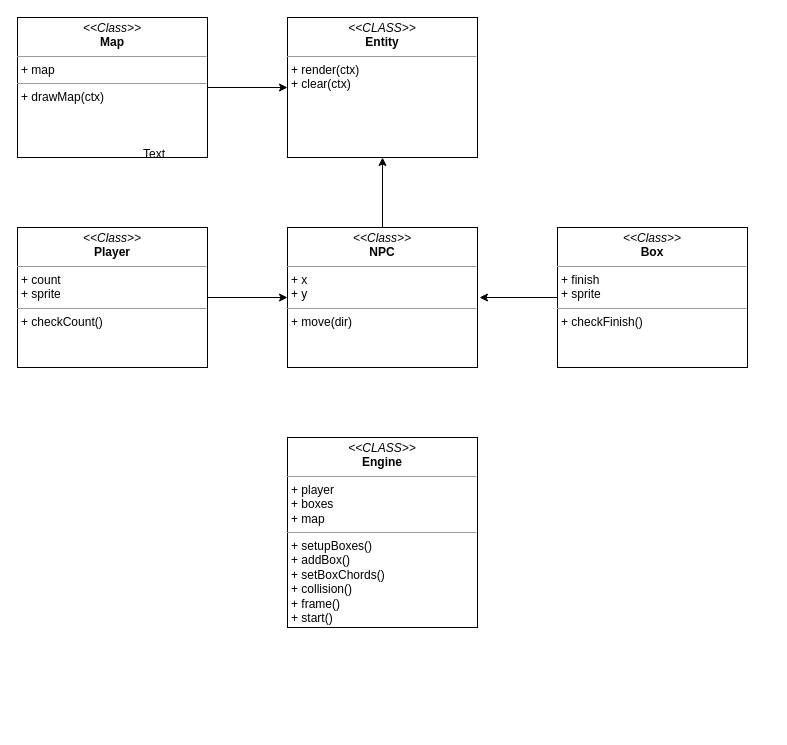
This is Untitled Diagram.drawio from Psiniy-programmer/Sokoban, a draw.io file, before an edit. Source tidied: cells renumbered, new cells numbered last; positions are measured from the earlier drawing's top-left corner, leaving out a move shared by most shapes. Both pictures are drawn from the tidied source at 100%, with x=0, y=0 at pixel (17, 17).
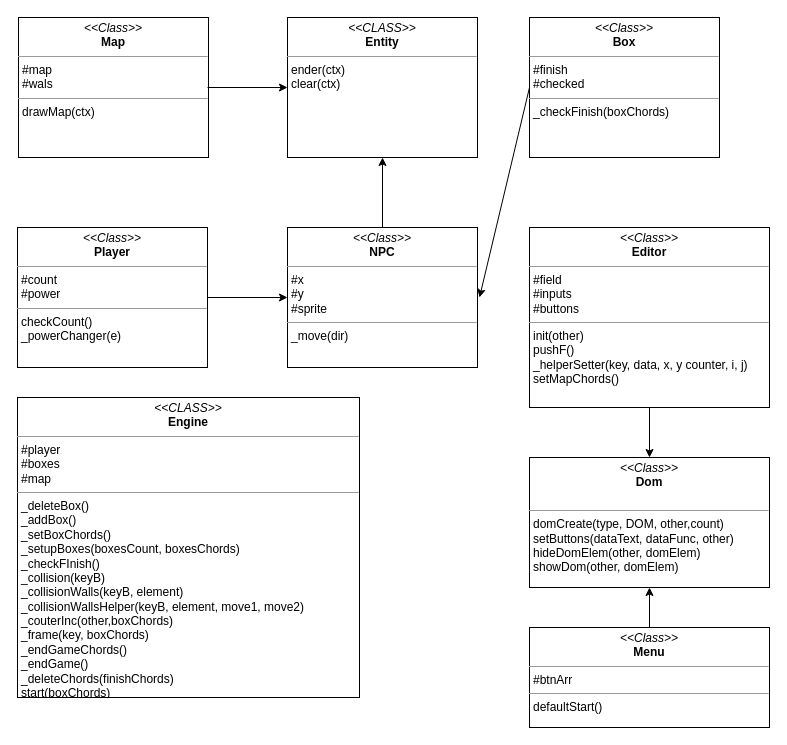
Above is the later version.

Diff of the diagram source:
```diff
@@
 <mxGraphModel>
   <root>
     <mxCell id="0" />
     <mxCell id="1" parent="0" />
-    <mxCell id="2" value="&lt;p style=&quot;margin: 0px ; margin-top: 4px ; text-align: center&quot;&gt;&lt;i&gt;&amp;lt;&amp;lt;CLASS&amp;gt;&amp;gt;&lt;/i&gt;&lt;br&gt;&lt;b&gt;Entity&lt;/b&gt;&lt;/p&gt;&lt;hr size=&quot;1&quot;&gt;&lt;p style=&quot;margin: 0px ; margin-left: 4px&quot;&gt;&lt;span&gt;+ render(ctx)&lt;/span&gt;&lt;br&gt;&lt;/p&gt;&lt;p style=&quot;margin: 0px ; margin-left: 4px&quot;&gt;+ clear(ctx)&lt;/p&gt;" style="verticalAlign=top;align=left;overflow=fill;fontSize=12;fontFamily=Helvetica;html=1;rounded=0;shadow=0;comic=0;labelBackgroundColor=none;strokeWidth=1;" parent="1" vertex="1">
+    <mxCell id="2" value="&lt;p style=&quot;margin: 0px ; margin-top: 4px ; text-align: center&quot;&gt;&lt;i&gt;&amp;lt;&amp;lt;CLASS&amp;gt;&amp;gt;&lt;/i&gt;&lt;br&gt;&lt;b&gt;Entity&lt;/b&gt;&lt;/p&gt;&lt;hr size=&quot;1&quot;&gt;&lt;p style=&quot;margin: 0px ; margin-left: 4px&quot;&gt;&lt;span&gt;ender(ctx)&lt;/span&gt;&lt;br&gt;&lt;/p&gt;&lt;p style=&quot;margin: 0px ; margin-left: 4px&quot;&gt;clear(ctx)&lt;/p&gt;" style="verticalAlign=top;align=left;overflow=fill;fontSize=12;fontFamily=Helvetica;html=1;rounded=0;shadow=0;comic=0;labelBackgroundColor=none;strokeWidth=1;" parent="1" vertex="1">
       <mxGeometry x="270" width="190" height="140" as="geometry" />
     </mxCell>
-    <mxCell id="3" value="&lt;p style=&quot;margin: 0px ; margin-top: 4px ; text-align: center&quot;&gt;&lt;i&gt;&amp;lt;&amp;lt;Class&amp;gt;&amp;gt;&lt;/i&gt;&lt;br&gt;&lt;b&gt;NPC&lt;/b&gt;&lt;/p&gt;&lt;hr size=&quot;1&quot;&gt;&lt;p style=&quot;margin: 0px ; margin-left: 4px&quot;&gt;+ x&lt;br&gt;+ y&lt;/p&gt;&lt;hr size=&quot;1&quot;&gt;&lt;p style=&quot;margin: 0px ; margin-left: 4px&quot;&gt;+ move(dir)&lt;br&gt;&lt;/p&gt;" style="verticalAlign=top;align=left;overflow=fill;fontSize=12;fontFamily=Helvetica;html=1;rounded=0;shadow=0;comic=0;labelBackgroundColor=none;strokeWidth=1;" parent="1" vertex="1">
+    <mxCell id="3" value="&lt;p style=&quot;margin: 0px ; margin-top: 4px ; text-align: center&quot;&gt;&lt;i&gt;&amp;lt;&amp;lt;Class&amp;gt;&amp;gt;&lt;/i&gt;&lt;br&gt;&lt;b&gt;NPC&lt;/b&gt;&lt;/p&gt;&lt;hr size=&quot;1&quot;&gt;&lt;p style=&quot;margin: 0px ; margin-left: 4px&quot;&gt;#x&lt;br&gt;#y&lt;/p&gt;&lt;p style=&quot;margin: 0px ; margin-left: 4px&quot;&gt;#sprite&lt;/p&gt;&lt;hr size=&quot;1&quot;&gt;&lt;p style=&quot;margin: 0px ; margin-left: 4px&quot;&gt;_move(dir)&lt;br&gt;&lt;/p&gt;" style="verticalAlign=top;align=left;overflow=fill;fontSize=12;fontFamily=Helvetica;html=1;rounded=0;shadow=0;comic=0;labelBackgroundColor=none;strokeWidth=1;" parent="1" vertex="1">
       <mxGeometry x="270" y="210" width="190" height="140" as="geometry" />
     </mxCell>
-    <mxCell id="4" value="&lt;p style=&quot;margin: 0px ; margin-top: 4px ; text-align: center&quot;&gt;&lt;i&gt;&amp;lt;&amp;lt;Class&amp;gt;&amp;gt;&lt;/i&gt;&lt;br&gt;&lt;b&gt;Player&lt;/b&gt;&lt;/p&gt;&lt;hr size=&quot;1&quot;&gt;&lt;p style=&quot;margin: 0px ; margin-left: 4px&quot;&gt;+ count&lt;br&gt;+ sprite&lt;/p&gt;&lt;hr size=&quot;1&quot;&gt;&lt;p style=&quot;margin: 0px ; margin-left: 4px&quot;&gt;+ checkCount()&lt;br&gt;&lt;/p&gt;" style="verticalAlign=top;align=left;overflow=fill;fontSize=12;fontFamily=Helvetica;html=1;rounded=0;shadow=0;comic=0;labelBackgroundColor=none;strokeWidth=1;" parent="1" vertex="1">
+    <mxCell id="4" value="&lt;p style=&quot;margin: 0px ; margin-top: 4px ; text-align: center&quot;&gt;&lt;i&gt;&amp;lt;&amp;lt;Class&amp;gt;&amp;gt;&lt;/i&gt;&lt;br&gt;&lt;b&gt;Player&lt;/b&gt;&lt;/p&gt;&lt;hr size=&quot;1&quot;&gt;&lt;p style=&quot;margin: 0px ; margin-left: 4px&quot;&gt;#count&lt;br&gt;#power&lt;/p&gt;&lt;hr size=&quot;1&quot;&gt;&lt;p style=&quot;margin: 0px ; margin-left: 4px&quot;&gt;checkCount()&lt;br&gt;&lt;/p&gt;&lt;p style=&quot;margin: 0px ; margin-left: 4px&quot;&gt;_powerChanger(e)&lt;/p&gt;" style="verticalAlign=top;align=left;overflow=fill;fontSize=12;fontFamily=Helvetica;html=1;rounded=0;shadow=0;comic=0;labelBackgroundColor=none;strokeWidth=1;" parent="1" vertex="1">
       <mxGeometry y="210" width="190" height="140" as="geometry" />
     </mxCell>
-    <mxCell id="5" value="&lt;p style=&quot;margin: 0px ; margin-top: 4px ; text-align: center&quot;&gt;&lt;i&gt;&amp;lt;&amp;lt;Class&amp;gt;&amp;gt;&lt;/i&gt;&lt;br&gt;&lt;b&gt;Map&lt;/b&gt;&lt;/p&gt;&lt;hr size=&quot;1&quot;&gt;&lt;p style=&quot;margin: 0px ; margin-left: 4px&quot;&gt;+ map&lt;br&gt;&lt;/p&gt;&lt;hr size=&quot;1&quot;&gt;&lt;p style=&quot;margin: 0px ; margin-left: 4px&quot;&gt;+ drawMap(ctx)&lt;br&gt;&lt;/p&gt;" style="verticalAlign=top;align=left;overflow=fill;fontSize=12;fontFamily=Helvetica;html=1;rounded=0;shadow=0;comic=0;labelBackgroundColor=none;strokeWidth=1;" parent="1" vertex="1">
-      <mxGeometry width="190" height="140" as="geometry" />
+    <mxCell id="5" value="&lt;p style=&quot;margin: 0px ; margin-top: 4px ; text-align: center&quot;&gt;&lt;i&gt;&amp;lt;&amp;lt;Class&amp;gt;&amp;gt;&lt;/i&gt;&lt;br&gt;&lt;b&gt;Map&lt;/b&gt;&lt;/p&gt;&lt;hr size=&quot;1&quot;&gt;&lt;p style=&quot;margin: 0px ; margin-left: 4px&quot;&gt;#map&lt;br&gt;&lt;/p&gt;&lt;p style=&quot;margin: 0px ; margin-left: 4px&quot;&gt;#wals&lt;/p&gt;&lt;hr size=&quot;1&quot;&gt;&lt;p style=&quot;margin: 0px ; margin-left: 4px&quot;&gt;drawMap(ctx)&lt;br&gt;&lt;/p&gt;" style="verticalAlign=top;align=left;overflow=fill;fontSize=12;fontFamily=Helvetica;html=1;rounded=0;shadow=0;comic=0;labelBackgroundColor=none;strokeWidth=1;" parent="1" vertex="1">
+      <mxGeometry x="1" width="190" height="140" as="geometry" />
     </mxCell>
-    <mxCell id="6" value="&lt;p style=&quot;margin: 0px ; margin-top: 4px ; text-align: center&quot;&gt;&lt;i&gt;&amp;lt;&amp;lt;Class&amp;gt;&amp;gt;&lt;/i&gt;&lt;br&gt;&lt;b&gt;Box&lt;/b&gt;&lt;/p&gt;&lt;hr size=&quot;1&quot;&gt;&lt;p style=&quot;margin: 0px ; margin-left: 4px&quot;&gt;+ finish&lt;br&gt;+ sprite&lt;/p&gt;&lt;hr size=&quot;1&quot;&gt;&lt;p style=&quot;margin: 0px ; margin-left: 4px&quot;&gt;+ checkFinish()&lt;br&gt;&lt;/p&gt;" style="verticalAlign=top;align=left;overflow=fill;fontSize=12;fontFamily=Helvetica;html=1;rounded=0;shadow=0;comic=0;labelBackgroundColor=none;strokeWidth=1;" parent="1" vertex="1">
-      <mxGeometry x="540" y="210" width="190" height="140" as="geometry" />
+    <mxCell id="6" value="&lt;p style=&quot;margin: 0px ; margin-top: 4px ; text-align: center&quot;&gt;&lt;i&gt;&amp;lt;&amp;lt;Class&amp;gt;&amp;gt;&lt;/i&gt;&lt;br&gt;&lt;b&gt;Box&lt;/b&gt;&lt;/p&gt;&lt;hr size=&quot;1&quot;&gt;&lt;p style=&quot;margin: 0px ; margin-left: 4px&quot;&gt;#finish&lt;br&gt;#checked&lt;/p&gt;&lt;hr size=&quot;1&quot;&gt;&lt;p style=&quot;margin: 0px ; margin-left: 4px&quot;&gt;_checkFinish(boxChords)&lt;br&gt;&lt;/p&gt;" style="verticalAlign=top;align=left;overflow=fill;fontSize=12;fontFamily=Helvetica;html=1;rounded=0;shadow=0;comic=0;labelBackgroundColor=none;strokeWidth=1;" parent="1" vertex="1">
+      <mxGeometry x="512" width="190" height="140" as="geometry" />
     </mxCell>
     <mxCell id="7" style="endArrow=classic;html=1;exitX=0;exitY=0.5;exitDx=0;exitDy=0;" parent="1" edge="1" source="6">
       <mxGeometry relative="1" as="geometry">
         <mxPoint x="462" y="280" as="targetPoint" />
         <Array as="points">
           <mxPoint x="462" y="280" />
         </Array>
       </mxGeometry>
     </mxCell>
-    <mxCell id="8" value="Text" style="text;html=1;align=left;verticalAlign=top;spacingTop=-4;" parent="1" vertex="1">
-      <mxGeometry x="124" y="127" width="40" height="20" as="geometry" />
-    </mxCell>
     <mxCell id="9" style="endArrow=classic;html=1;" parent="1" edge="1" target="2">
       <mxGeometry relative="1" as="geometry">
         <mxPoint x="190" y="70" as="sourcePoint" />
       </mxGeometry>
     </mxCell>
     <mxCell id="10" style="endArrow=classic;html=1;exitX=0.5;exitY=0;exitDx=0;exitDy=0;" parent="1" edge="1" source="3" target="2">
       <mxGeometry relative="1" as="geometry" />
     </mxCell>
     <mxCell id="11" style="endArrow=classic;html=1;" parent="1" edge="1" source="4" target="3">
       <mxGeometry relative="1" as="geometry" />
     </mxCell>
-    <mxCell id="12" value="&lt;p style=&quot;margin: 0px ; margin-top: 4px ; text-align: center&quot;&gt;&lt;i&gt;&amp;lt;&amp;lt;CLASS&amp;gt;&amp;gt;&lt;/i&gt;&lt;br&gt;&lt;b&gt;Engine&lt;/b&gt;&lt;/p&gt;&lt;hr size=&quot;1&quot;&gt;&lt;p style=&quot;margin: 0px ; margin-left: 4px&quot;&gt;+ player&lt;br&gt;+ boxes&lt;/p&gt;&lt;p style=&quot;margin: 0px ; margin-left: 4px&quot;&gt;+ map&lt;/p&gt;&lt;hr size=&quot;1&quot;&gt;&lt;p style=&quot;margin: 0px ; margin-left: 4px&quot;&gt;+ setupBoxes()&lt;/p&gt;&lt;p style=&quot;margin: 0px ; margin-left: 4px&quot;&gt;+ addBox()&lt;/p&gt;&lt;p style=&quot;margin: 0px ; margin-left: 4px&quot;&gt;+ setBoxChords()&lt;/p&gt;&lt;p style=&quot;margin: 0px ; margin-left: 4px&quot;&gt;+ collision()&lt;/p&gt;&lt;p style=&quot;margin: 0px ; margin-left: 4px&quot;&gt;+ frame()&lt;/p&gt;&lt;p style=&quot;margin: 0px ; margin-left: 4px&quot;&gt;+ start()&lt;/p&gt;" style="verticalAlign=top;align=left;overflow=fill;fontSize=12;fontFamily=Helvetica;html=1;rounded=0;shadow=0;comic=0;labelBackgroundColor=none;strokeWidth=1;" parent="1" vertex="1">
-      <mxGeometry x="270" y="420" width="190" height="190" as="geometry" />
+    <mxCell id="12" value="&lt;p style=&quot;margin: 0px ; margin-top: 4px ; text-align: center&quot;&gt;&lt;i&gt;&amp;lt;&amp;lt;CLASS&amp;gt;&amp;gt;&lt;/i&gt;&lt;br&gt;&lt;b&gt;Engine&lt;/b&gt;&lt;/p&gt;&lt;hr size=&quot;1&quot;&gt;&lt;p style=&quot;margin: 0px ; margin-left: 4px&quot;&gt;#player&lt;br&gt;#boxes&lt;/p&gt;&lt;p style=&quot;margin: 0px ; margin-left: 4px&quot;&gt;#map&lt;/p&gt;&lt;hr size=&quot;1&quot;&gt;&lt;p style=&quot;margin: 0px ; margin-left: 4px&quot;&gt;_deleteBox()&lt;/p&gt;&lt;p style=&quot;margin: 0px ; margin-left: 4px&quot;&gt;_addBox()&lt;/p&gt;&lt;p style=&quot;margin: 0px ; margin-left: 4px&quot;&gt;_setBoxChords()&lt;/p&gt;&lt;p style=&quot;margin: 0px ; margin-left: 4px&quot;&gt;_setupBoxes(boxesCount, boxesChords)&lt;/p&gt;&lt;p style=&quot;margin: 0px ; margin-left: 4px&quot;&gt;_checkFInish()&lt;/p&gt;&lt;p style=&quot;margin: 0px ; margin-left: 4px&quot;&gt;_collision(keyB)&lt;/p&gt;&lt;p style=&quot;margin: 0px ; margin-left: 4px&quot;&gt;_collisionWalls(keyB, element)&lt;/p&gt;&lt;p style=&quot;margin: 0px ; margin-left: 4px&quot;&gt;_collisionWallsHelper(keyB, element, move1, move2)&lt;/p&gt;&lt;p style=&quot;margin: 0px ; margin-left: 4px&quot;&gt;_couterInc(other,boxChords)&lt;/p&gt;&lt;p style=&quot;margin: 0px ; margin-left: 4px&quot;&gt;_frame(key, boxChords)&lt;/p&gt;&lt;p style=&quot;margin: 0px ; margin-left: 4px&quot;&gt;_endGameChords()&lt;/p&gt;&lt;p style=&quot;margin: 0px ; margin-left: 4px&quot;&gt;_endGame()&lt;/p&gt;&lt;p style=&quot;margin: 0px ; margin-left: 4px&quot;&gt;_deleteChords(finishChords)&lt;/p&gt;&lt;p style=&quot;margin: 0px ; margin-left: 4px&quot;&gt;start(boxChords)&lt;/p&gt;" style="verticalAlign=top;align=left;overflow=fill;fontSize=12;fontFamily=Helvetica;html=1;rounded=0;shadow=0;comic=0;labelBackgroundColor=none;strokeWidth=1;" parent="1" vertex="1">
+      <mxGeometry y="380" width="342" height="300" as="geometry" />
     </mxCell>
+    <mxCell id="13" value="&lt;p style=&quot;margin: 0px ; margin-top: 4px ; text-align: center&quot;&gt;&lt;i&gt;&amp;lt;&amp;lt;Class&amp;gt;&amp;gt;&lt;/i&gt;&lt;br&gt;&lt;b&gt;Dom&lt;/b&gt;&lt;/p&gt;&lt;br&gt;&lt;hr size=&quot;1&quot;&gt;&lt;p style=&quot;margin: 0px ; margin-left: 4px&quot;&gt;domCreate(type, DOM, other,count)&lt;/p&gt;&lt;p style=&quot;margin: 0px ; margin-left: 4px&quot;&gt;setButtons(dataText, dataFunc, other)&lt;/p&gt;&lt;p style=&quot;margin: 0px ; margin-left: 4px&quot;&gt;hideDomElem(other, domElem)&lt;/p&gt;&lt;p style=&quot;margin: 0px ; margin-left: 4px&quot;&gt;showDom(other, domElem)&lt;/p&gt;" style="verticalAlign=top;align=left;overflow=fill;fontSize=12;fontFamily=Helvetica;html=1;rounded=0;shadow=0;comic=0;labelBackgroundColor=none;strokeWidth=1;" parent="1" vertex="1">
+      <mxGeometry x="512" y="440" width="240" height="130" as="geometry" />
+    </mxCell>
+    <mxCell id="14" style="edgeStyle=orthogonalEdgeStyle;rounded=0;jettySize=auto;html=1;" parent="1" edge="1" source="15" target="13">
+      <mxGeometry relative="1" as="geometry" />
+    </mxCell>
+    <mxCell id="15" value="&lt;p style=&quot;margin: 0px ; margin-top: 4px ; text-align: center&quot;&gt;&lt;i&gt;&amp;lt;&amp;lt;Class&amp;gt;&amp;gt;&lt;/i&gt;&lt;br&gt;&lt;b&gt;Editor&lt;/b&gt;&lt;/p&gt;&lt;hr size=&quot;1&quot;&gt;&lt;p style=&quot;margin: 0px ; margin-left: 4px&quot;&gt;#field&lt;br&gt;#inputs&lt;/p&gt;&lt;p style=&quot;margin: 0px ; margin-left: 4px&quot;&gt;#buttons&lt;/p&gt;&lt;hr size=&quot;1&quot;&gt;&lt;p style=&quot;margin: 0px ; margin-left: 4px&quot;&gt;init(other)&lt;/p&gt;&lt;p style=&quot;margin: 0px ; margin-left: 4px&quot;&gt;pushF()&lt;/p&gt;&lt;p style=&quot;margin: 0px ; margin-left: 4px&quot;&gt;_helperSetter(key, data, x, y counter, i, j)&lt;/p&gt;&lt;p style=&quot;margin: 0px ; margin-left: 4px&quot;&gt;setMapChords()&lt;/p&gt;" style="verticalAlign=top;align=left;overflow=fill;fontSize=12;fontFamily=Helvetica;html=1;rounded=0;shadow=0;comic=0;labelBackgroundColor=none;strokeWidth=1;" parent="1" vertex="1">
+      <mxGeometry x="512" y="210" width="240" height="180" as="geometry" />
+    </mxCell>
+    <mxCell id="16" style="edgeStyle=orthogonalEdgeStyle;rounded=0;jettySize=auto;html=1;" parent="1" edge="1" source="17" target="13">
+      <mxGeometry relative="1" as="geometry" />
+    </mxCell>
+    <mxCell id="17" value="&lt;p style=&quot;margin: 0px ; margin-top: 4px ; text-align: center&quot;&gt;&lt;i&gt;&amp;lt;&amp;lt;Class&amp;gt;&amp;gt;&lt;/i&gt;&lt;br&gt;&lt;b&gt;Menu&lt;/b&gt;&lt;/p&gt;&lt;hr size=&quot;1&quot;&gt;&lt;p style=&quot;margin: 0px ; margin-left: 4px&quot;&gt;#btnArr&lt;br&gt;&lt;/p&gt;&lt;hr size=&quot;1&quot;&gt;&lt;p style=&quot;margin: 0px ; margin-left: 4px&quot;&gt;defaultStart()&lt;/p&gt;" style="verticalAlign=top;align=left;overflow=fill;fontSize=12;fontFamily=Helvetica;html=1;rounded=0;shadow=0;comic=0;labelBackgroundColor=none;strokeWidth=1;" parent="1" vertex="1">
+      <mxGeometry x="512" y="610" width="240" height="100" as="geometry" />
+    </mxCell>
   </root>
 </mxGraphModel>
```
